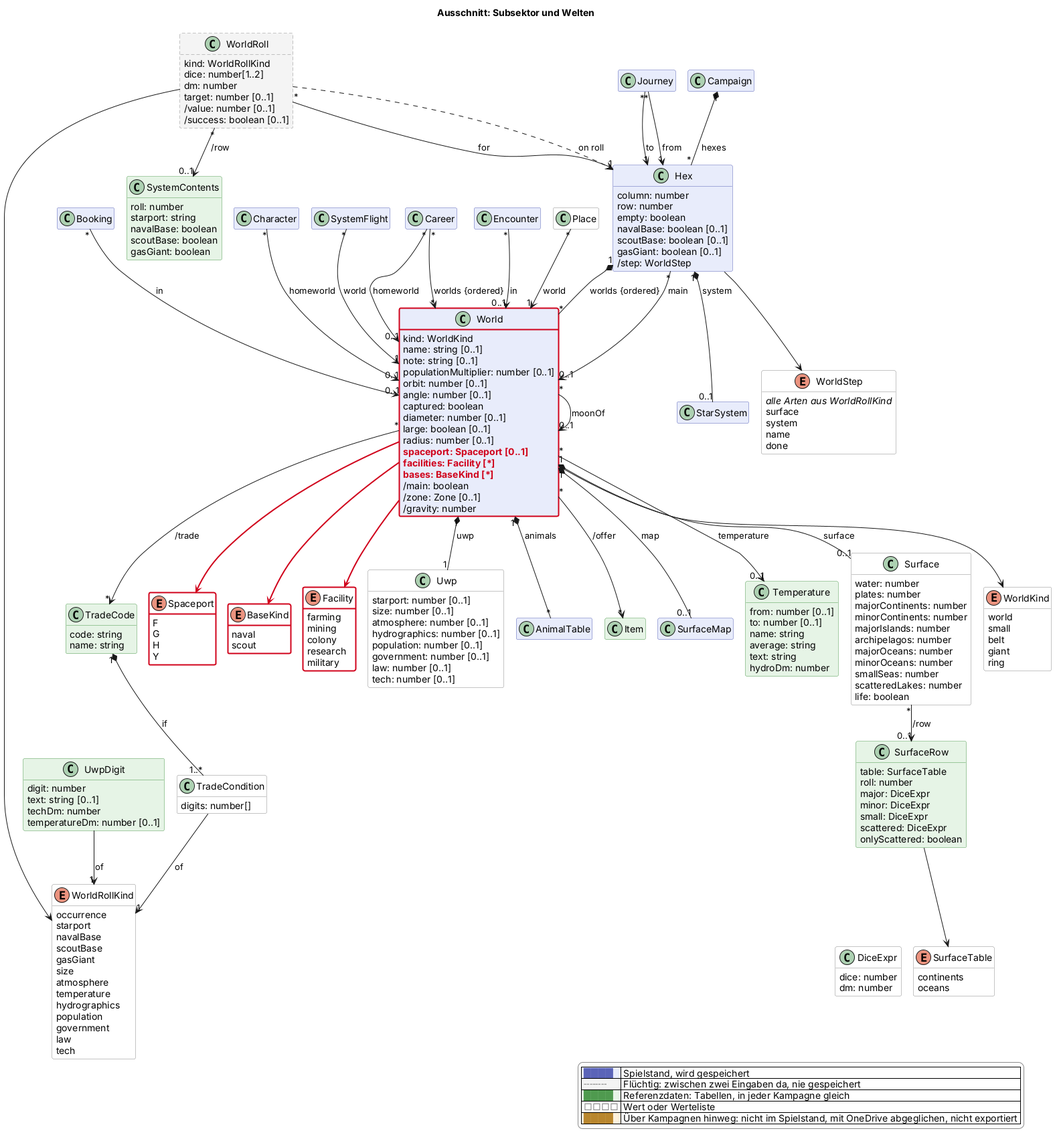
This is docs/views/sektor.png from scuzzar/SRE, a PlantUML export, as it was before one commit.
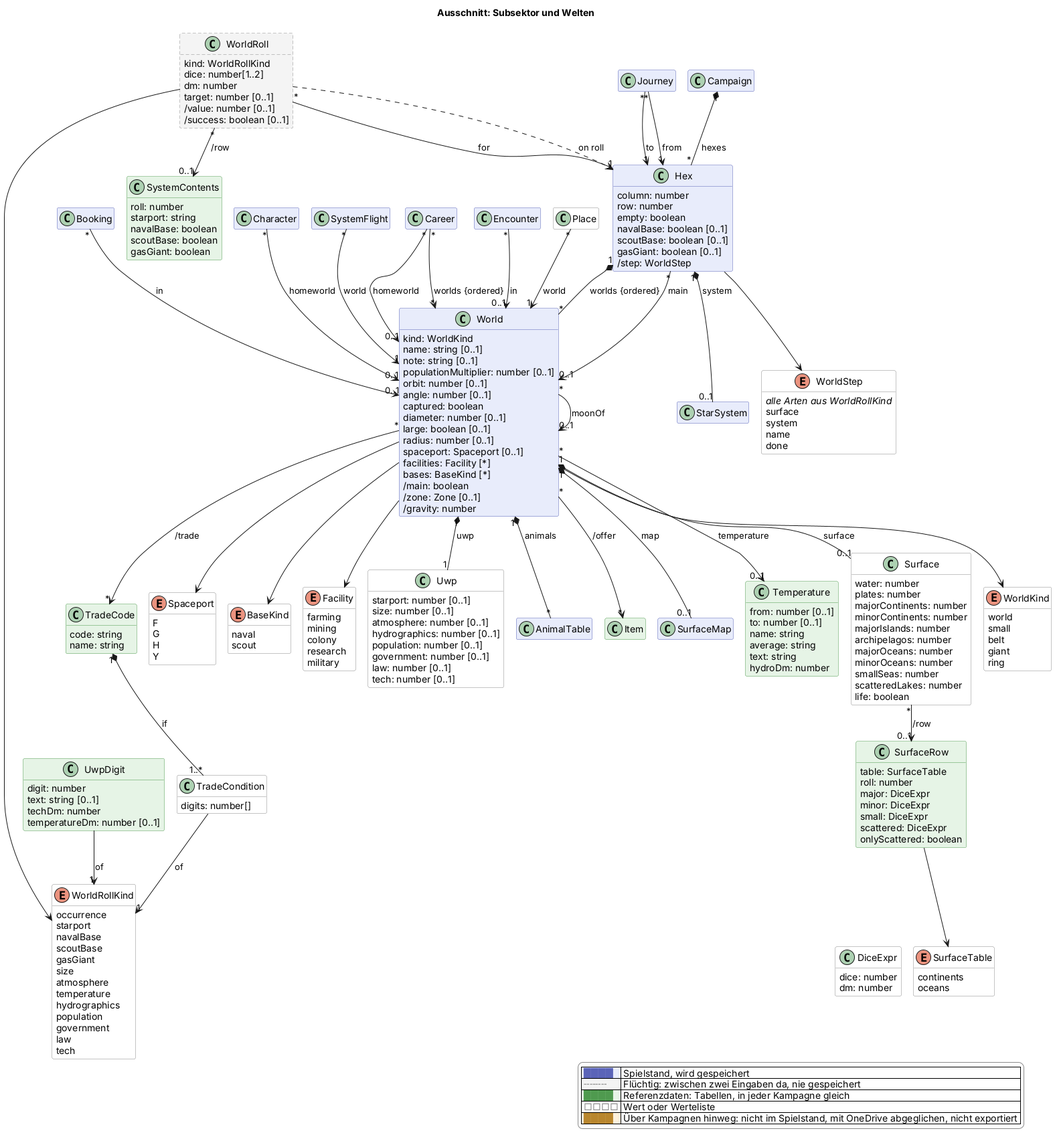
After the change.

The edit, as a diff of the source:
```diff
@@ -99,9 +99,9 @@
     diameter: number [0..1]
     large: boolean [0..1]
     radius: number [0..1]
-    $new("2026-11-20c", "spaceport: Spaceport [0..1]")
-    $new("2026-11-20c", "facilities: Facility [*]")
-    $new("2026-11-20c", "bases: BaseKind [*]")
+    spaceport: Spaceport [0..1]
+    facilities: Facility [*]
+    bases: BaseKind [*]
     /main: boolean
     /zone: Zone [0..1]
     /gravity: number
@@ -113,17 +113,17 @@
     giant
     ring
   }
-  enum Spaceport <<value>> $sektor $newClass("2026-11-20c") {
+  enum Spaceport <<value>> $sektor {
     F
     G
     H
     Y
   }
-  enum BaseKind <<value>> $sektor $newClass("2026-11-20c") {
+  enum BaseKind <<value>> $sektor {
     naval
     scout
   }
-  enum Facility <<value>> $sektor $newClass("2026-11-20c") {
+  enum Facility <<value>> $sektor {
     farming
     mining
     colony
@@ -249,9 +249,9 @@
 Hex "*" --> "0..1" World : main
 World "*" --> "0..1" World : moonOf
 World --> WorldKind
-World -$newArrow("2026-11-20c")-> Spaceport
-World -$newArrow("2026-11-20c")-> Facility
-World -$newArrow("2026-11-20c")-> BaseKind
+World --> Spaceport
+World --> Facility
+World --> BaseKind
 
 Journey "*" --> "1" Hex : from
 Journey "*" --> "1" Hex : to
@@ -298,5 +298,4 @@
   |<#ffffff> <color:#8a8a8a>□□□□</color> | Wert oder Werteliste |
   |<#fdf1dc> <color:#b8862e>████</color> | Über Kampagnen hinweg: nicht im Spielstand, mit OneDrive abgeglichen, nicht exportiert |
 endlegend
-class World #line:d0021b;line.bold
 @enduml
```
